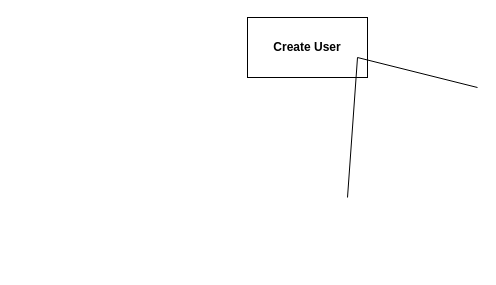
Earlier version of the draw.io diagram views/Voting.drawio (Sayantan-iitkgp/repo1). Source tidied: cells renumbered, new cells numbered last; positions are measured from the earlier drawing's top-left corner, leaving out a move shared by most shapes. Both pictures are drawn from the tidied source at 100%, with x=0, y=0 at pixel (247, 17).
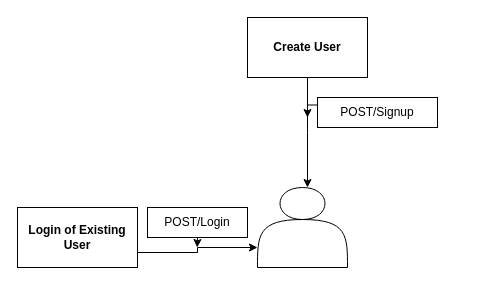
The same page after the edit.

Change to the diagram source:
```diff
@@
 <mxGraphModel>
   <root>
     <mxCell id="0" />
     <mxCell id="1" parent="0" />
+    <mxCell id="4" style="edgeStyle=orthogonalEdgeStyle;rounded=0;jettySize=auto;html=1;exitX=0.5;exitY=1;exitDx=0;exitDy=0;" parent="1" edge="1" source="2">
+      <mxGeometry relative="1" as="geometry">
+        <mxPoint x="60" y="170" as="targetPoint" />
+      </mxGeometry>
+    </mxCell>
     <mxCell id="2" value="Create User" style="rounded=0;whiteSpace=wrap;html=1;fontStyle=1;" parent="1" vertex="1">
       <mxGeometry width="120" height="60" as="geometry" />
     </mxCell>
-    <mxCell id="3" style="endArrow=none;html=1;rounded=0;" parent="1" edge="1">
-      <mxGeometry relative="1" as="geometry">
-        <mxPoint x="100" y="180" as="sourcePoint" />
-        <mxPoint x="230" y="70" as="targetPoint" />
-        <Array as="points">
-          <mxPoint x="110" y="40" />
-        </Array>
-      </mxGeometry>
-    </mxCell>
+    <mxCell id="5" style="shape=actor;whiteSpace=wrap;html=1;" parent="1" vertex="1">
+      <mxGeometry x="10" y="170" width="90" height="80" as="geometry" />
+    </mxCell>
+    <mxCell id="6" style="edgeStyle=orthogonalEdgeStyle;rounded=0;jettySize=auto;html=1;exitX=0;exitY=0.25;exitDx=0;exitDy=0;" parent="1" edge="1" source="7">
+      <mxGeometry relative="1" as="geometry">
+        <mxPoint x="60" y="100" as="targetPoint" />
+      </mxGeometry>
+    </mxCell>
+    <mxCell id="7" value="POST/Signup" style="whiteSpace=wrap;html=1;" parent="1" vertex="1">
+      <mxGeometry x="70" y="80" width="120" height="30" as="geometry" />
+    </mxCell>
+    <mxCell id="8" style="edgeStyle=orthogonalEdgeStyle;rounded=0;jettySize=auto;html=1;exitX=1;exitY=0.75;exitDx=0;exitDy=0;entryX=0;entryY=0.75;entryDx=0;entryDy=0;" parent="1" edge="1" source="9" target="5">
+      <mxGeometry relative="1" as="geometry">
+        <Array as="points">
+          <mxPoint x="-50" y="235" />
+          <mxPoint x="-50" y="230" />
+        </Array>
+      </mxGeometry>
+    </mxCell>
+    <mxCell id="9" value="Login of Existing User" style="whiteSpace=wrap;html=1;fontStyle=1;" parent="1" vertex="1">
+      <mxGeometry x="-230" y="190" width="120" height="60" as="geometry" />
+    </mxCell>
+    <mxCell id="10" style="edgeStyle=orthogonalEdgeStyle;rounded=0;jettySize=auto;html=1;exitX=0.5;exitY=1;exitDx=0;exitDy=0;" parent="1" edge="1" source="11">
+      <mxGeometry relative="1" as="geometry">
+        <mxPoint x="-50.3" y="230" as="targetPoint" />
+      </mxGeometry>
+    </mxCell>
+    <mxCell id="11" value="POST/Login" style="whiteSpace=wrap;html=1;" parent="1" vertex="1">
+      <mxGeometry x="-100" y="190" width="100" height="30" as="geometry" />
+    </mxCell>
   </root>
 </mxGraphModel>
```
